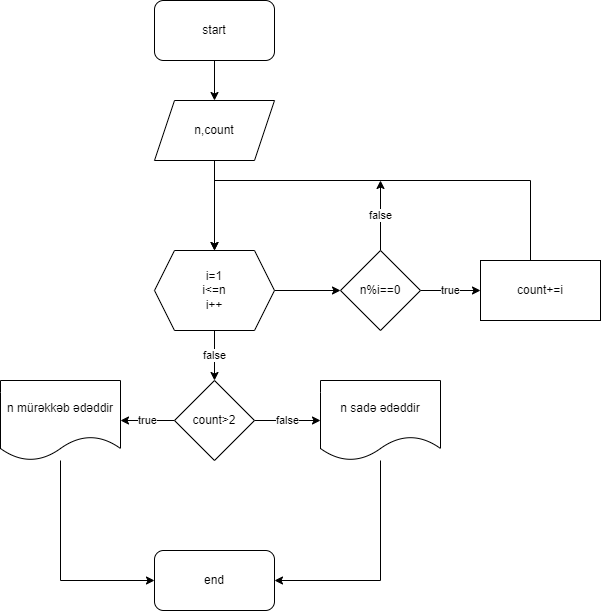
The draw.io diagram arr-task3.png in MubarizAgayev/arraytasks, before a commit. Source tidied: cells renumbered, new cells last; positions are measured from the earlier drawing's top-left corner, leaving out a move shared by most shapes.
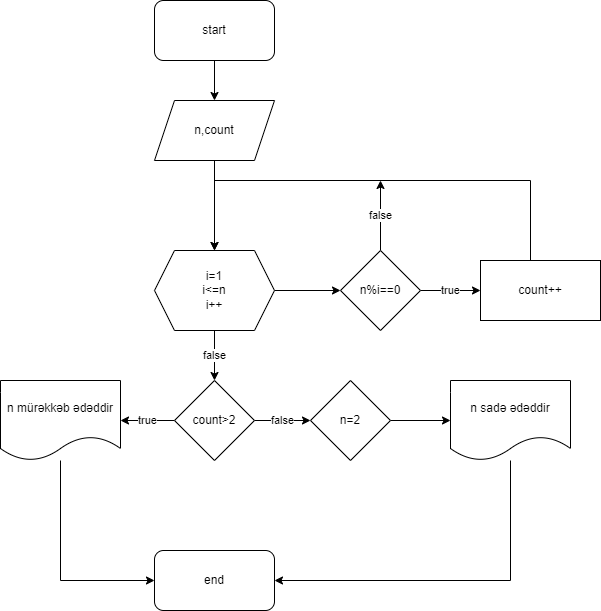
Later version of the same file.

Commit message:
array tasks

Change to the diagram source:
```diff
@@ -42,13 +42,13 @@
         </Array>
       </mxGeometry>
     </mxCell>
-    <mxCell id="13" value="count+=i" style="rounded=0;whiteSpace=wrap;html=1;" parent="1" vertex="1">
+    <mxCell id="13" value="count++" style="rounded=0;whiteSpace=wrap;html=1;" parent="1" vertex="1">
       <mxGeometry x="480" y="260" width="120" height="60" as="geometry" />
     </mxCell>
     <mxCell id="14" value="true" style="edgeStyle=orthogonalEdgeStyle;rounded=0;jettySize=auto;html=1;entryX=1;entryY=0.5;entryDx=0;entryDy=0;" parent="1" edge="1" source="16" target="18">
       <mxGeometry relative="1" as="geometry" />
     </mxCell>
-    <mxCell id="15" value="false" style="edgeStyle=orthogonalEdgeStyle;rounded=0;jettySize=auto;html=1;entryX=0;entryY=0.5;entryDx=0;entryDy=0;" parent="1" edge="1" source="16" target="20">
+    <mxCell id="15" value="false" style="edgeStyle=orthogonalEdgeStyle;rounded=0;jettySize=auto;html=1;entryX=0;entryY=0.5;entryDx=0;entryDy=0;" parent="1" edge="1" source="16" target="23">
       <mxGeometry relative="1" as="geometry" />
     </mxCell>
     <mxCell id="16" value="count&amp;gt;2" style="rhombus;whiteSpace=wrap;html=1;" parent="1" vertex="1">
@@ -67,15 +67,21 @@
     <mxCell id="19" style="edgeStyle=orthogonalEdgeStyle;rounded=0;jettySize=auto;html=1;entryX=1;entryY=0.5;entryDx=0;entryDy=0;" parent="1" edge="1" source="20" target="21">
       <mxGeometry relative="1" as="geometry">
         <Array as="points">
-          <mxPoint x="380" y="580" />
+          <mxPoint x="510" y="580" />
         </Array>
       </mxGeometry>
     </mxCell>
     <mxCell id="20" value="n sadə ədəddir" style="shape=document;whiteSpace=wrap;html=1;boundedLbl=1;" parent="1" vertex="1">
-      <mxGeometry x="320" y="380" width="120" height="80" as="geometry" />
+      <mxGeometry x="450" y="380" width="120" height="80" as="geometry" />
     </mxCell>
     <mxCell id="21" value="end" style="rounded=1;whiteSpace=wrap;html=1;" parent="1" vertex="1">
       <mxGeometry x="154" y="550" width="120" height="60" as="geometry" />
     </mxCell>
+    <mxCell id="22" style="edgeStyle=orthogonalEdgeStyle;rounded=0;jettySize=auto;html=1;entryX=0;entryY=0.5;entryDx=0;entryDy=0;" parent="1" edge="1" source="23" target="20">
+      <mxGeometry relative="1" as="geometry" />
+    </mxCell>
+    <mxCell id="23" value="n=2" style="rhombus;whiteSpace=wrap;html=1;" parent="1" vertex="1">
+      <mxGeometry x="310" y="380" width="80" height="80" as="geometry" />
+    </mxCell>
   </root>
 </mxGraphModel>
```
